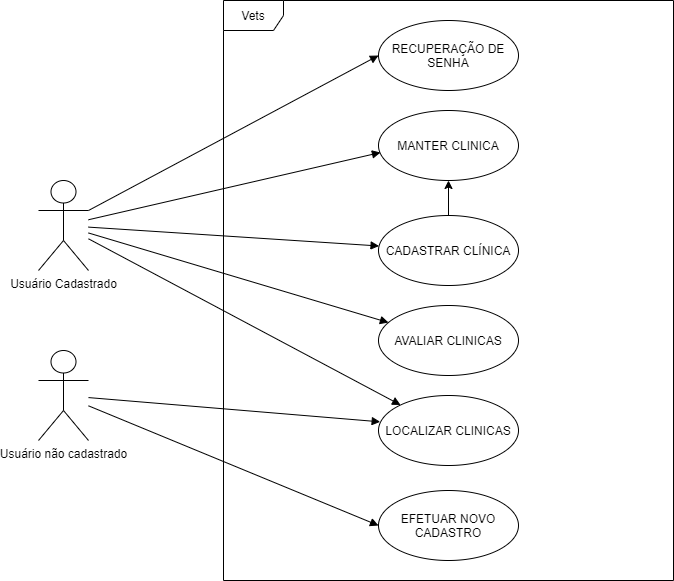
Before: UML/VetUseCase.png, a diagram exported from draw.io (Power-Devs/VetsDocs). Source tidied: cells renumbered, new cells last; positions are measured from the earlier drawing's top-left corner, leaving out a move shared by most shapes.
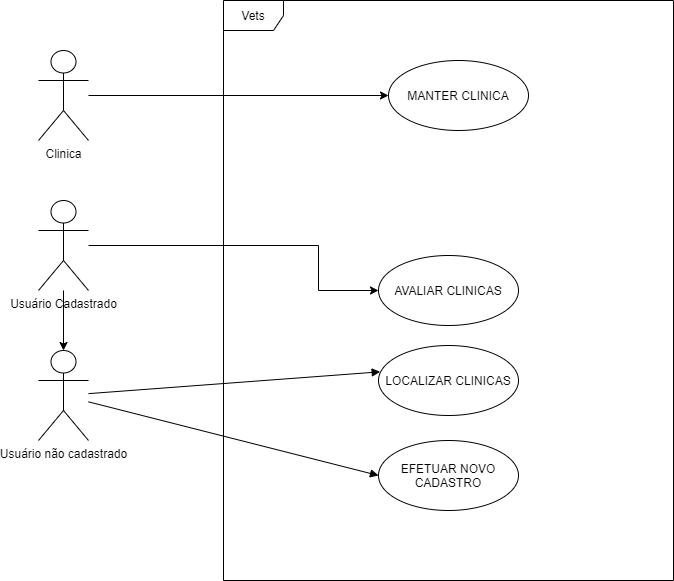
After the commit.

The edit, as a diff of the source:
```diff
@@ -2,56 +2,51 @@
   <root>
     <mxCell id="0" />
     <mxCell id="1" parent="0" />
+    <mxCell id="19" style="edgeStyle=orthogonalEdgeStyle;rounded=0;jettySize=auto;html=1;" parent="1" edge="1" target="4">
+      <mxGeometry relative="1" as="geometry">
+        <mxPoint x="225" y="320" as="sourcePoint" />
+      </mxGeometry>
+    </mxCell>
     <mxCell id="2" value="Usuário Cadastrado" style="shape=umlActor;verticalLabelPosition=bottom;verticalAlign=top;html=1;outlineConnect=0;" parent="1" vertex="1">
-      <mxGeometry y="180" width="50" height="90" as="geometry" />
+      <mxGeometry x="200" y="230" width="50" height="90" as="geometry" />
     </mxCell>
     <mxCell id="3" value="EFETUAR NOVO CADASTRO" style="ellipse;whiteSpace=wrap;html=1;" parent="1" vertex="1">
-      <mxGeometry x="340" y="490" width="140" height="70" as="geometry" />
+      <mxGeometry x="540" y="470" width="140" height="70" as="geometry" />
     </mxCell>
     <mxCell id="4" value="Usuário não cadastrado" style="shape=umlActor;verticalLabelPosition=bottom;verticalAlign=top;html=1;" parent="1" vertex="1">
-      <mxGeometry y="350" width="50" height="90" as="geometry" />
+      <mxGeometry x="200" y="380" width="50" height="90" as="geometry" />
     </mxCell>
-    <mxCell id="5" style="edgeStyle=orthogonalEdgeStyle;rounded=0;jettySize=auto;html=1;" parent="1" edge="1" source="6" target="14">
-      <mxGeometry relative="1" as="geometry" />
-    </mxCell>
-    <mxCell id="6" value="CADASTRAR CLÍNICA" style="ellipse;whiteSpace=wrap;html=1;" parent="1" vertex="1">
-      <mxGeometry x="340" y="215" width="140" height="70" as="geometry" />
-    </mxCell>
-    <mxCell id="7" style="html=1;verticalAlign=bottom;endArrow=block;" parent="1" edge="1" source="2" target="6">
-      <mxGeometry x="-0.5" y="80" relative="1" as="geometry" />
-    </mxCell>
     <mxCell id="8" style="html=1;verticalAlign=bottom;endArrow=block;entryX=0;entryY=0.5;entryDx=0;entryDy=0;" parent="1" edge="1" source="4" target="3">
       <mxGeometry x="-0.5" y="80" relative="1" as="geometry" />
     </mxCell>
     <mxCell id="9" value="LOCALIZAR CLINICAS" style="ellipse;whiteSpace=wrap;html=1;" parent="1" vertex="1">
-      <mxGeometry x="340" y="395" width="140" height="70" as="geometry" />
+      <mxGeometry x="540" y="375" width="140" height="70" as="geometry" />
     </mxCell>
-    <mxCell id="10" style="html=1;verticalAlign=bottom;endArrow=block;" parent="1" edge="1" source="2" target="9">
-      <mxGeometry x="-0.5" y="80" relative="1" as="geometry" />
-    </mxCell>
     <mxCell id="11" style="html=1;verticalAlign=bottom;endArrow=block;entryX=0.012;entryY=0.376;entryDx=0;entryDy=0;entryPerimeter=0;" parent="1" edge="1" source="4" target="9">
       <mxGeometry x="-0.5" y="80" relative="1" as="geometry" />
     </mxCell>
     <mxCell id="12" value="AVALIAR CLINICAS" style="ellipse;whiteSpace=wrap;html=1;" parent="1" vertex="1">
-      <mxGeometry x="340" y="305" width="140" height="70" as="geometry" />
+      <mxGeometry x="540" y="285" width="140" height="70" as="geometry" />
     </mxCell>
+    <mxCell id="14" value="MANTER CLINICA" style="ellipse;whiteSpace=wrap;html=1;" parent="1" vertex="1">
+      <mxGeometry x="550" y="90" width="140" height="70" as="geometry" />
+    </mxCell>
+    <mxCell id="18" value="Vets" style="shape=umlFrame;whiteSpace=wrap;html=1;" parent="1" vertex="1">
+      <mxGeometry x="385" y="30" width="450" height="580" as="geometry" />
+    </mxCell>
-    <mxCell id="13" style="html=1;verticalAlign=bottom;endArrow=block;" parent="1" edge="1" source="2" target="12">
-      <mxGeometry x="-0.5" y="80" relative="1" as="geometry" />
+    <mxCell id="13" style="edgeStyle=orthogonalEdgeStyle;jettySize=auto;html=1;jumpStyle=none;rounded=0;entryX=0;entryY=0.5;entryDx=0;entryDy=0;" parent="1" edge="1" source="2" target="12">
+      <mxGeometry relative="1" as="geometry">
+        <Array as="points">
+          <mxPoint x="480" y="275" />
+          <mxPoint x="480" y="320" />
+        </Array>
+      </mxGeometry>
     </mxCell>
-    <mxCell id="14" value="MANTER CLINICA" style="ellipse;whiteSpace=wrap;html=1;" parent="1" vertex="1">
-      <mxGeometry x="340" y="110" width="140" height="70" as="geometry" />
-    </mxCell>
-    <mxCell id="15" style="html=1;verticalAlign=bottom;endArrow=block;entryX=0.014;entryY=0.6;entryDx=0;entryDy=0;entryPerimeter=0;" parent="1" edge="1" source="2" target="14">
-      <mxGeometry x="-0.5" y="80" relative="1" as="geometry" />
-    </mxCell>
-    <mxCell id="16" value="RECUPERAÇÃO DE SENHA" style="ellipse;whiteSpace=wrap;html=1;" parent="1" vertex="1">
-      <mxGeometry x="340" y="20" width="140" height="70" as="geometry" />
-    </mxCell>
-    <mxCell id="17" style="html=1;verticalAlign=bottom;endArrow=block;entryX=0;entryY=0.5;entryDx=0;entryDy=0;exitX=1;exitY=0.3333333333333333;exitDx=0;exitDy=0;exitPerimeter=0;" parent="1" edge="1" source="2" target="16">
-      <mxGeometry x="-0.5" y="80" relative="1" as="geometry" />
-    </mxCell>
-    <mxCell id="18" value="Vets" style="shape=umlFrame;whiteSpace=wrap;html=1;" parent="1" vertex="1">
-      <mxGeometry x="185" width="450" height="580" as="geometry" />
-    </mxCell>
+    <mxCell id="20" style="edgeStyle=orthogonalEdgeStyle;rounded=0;jumpStyle=none;jettySize=auto;html=1;strokeColor=#000000;" parent="1" edge="1" source="21" target="14">
+      <mxGeometry relative="1" as="geometry" />
+    </mxCell>
+    <mxCell id="21" value="Clinica" style="shape=umlActor;verticalLabelPosition=bottom;verticalAlign=top;html=1;outlineConnect=0;" parent="1" vertex="1">
+      <mxGeometry x="200" y="80" width="50" height="90" as="geometry" />
+    </mxCell>
   </root>
 </mxGraphModel>
```
